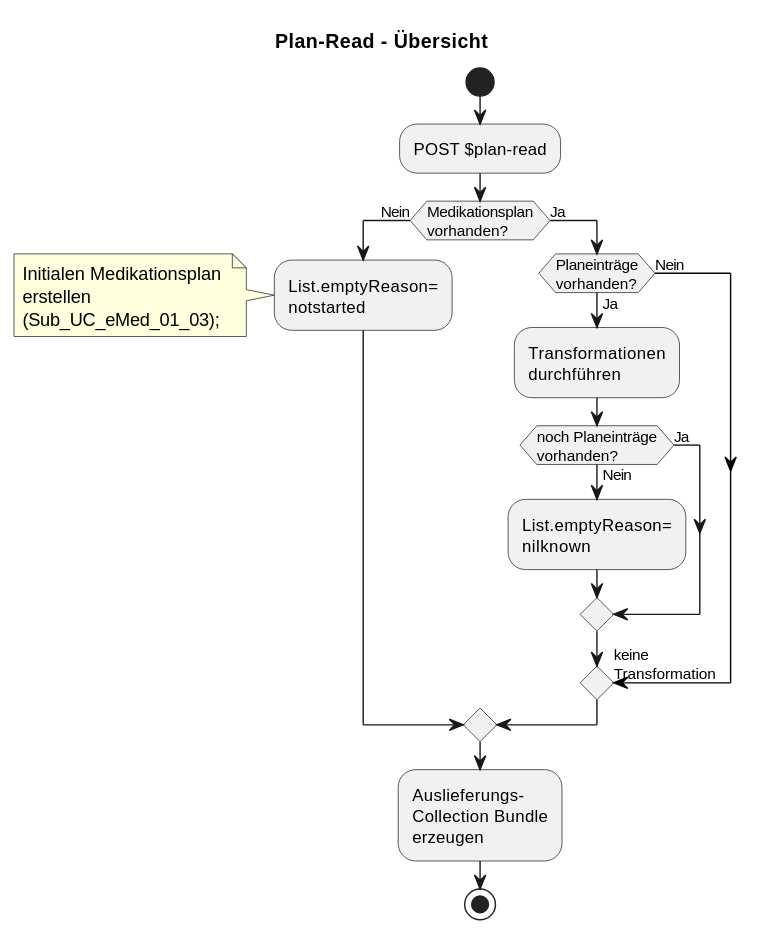
Before: input/images/plantuml/UC_eMed_01_01_plancheck.svg, a diagram exported from PlantUML (HL7Austria/ELGA-e-Medikation-R4).
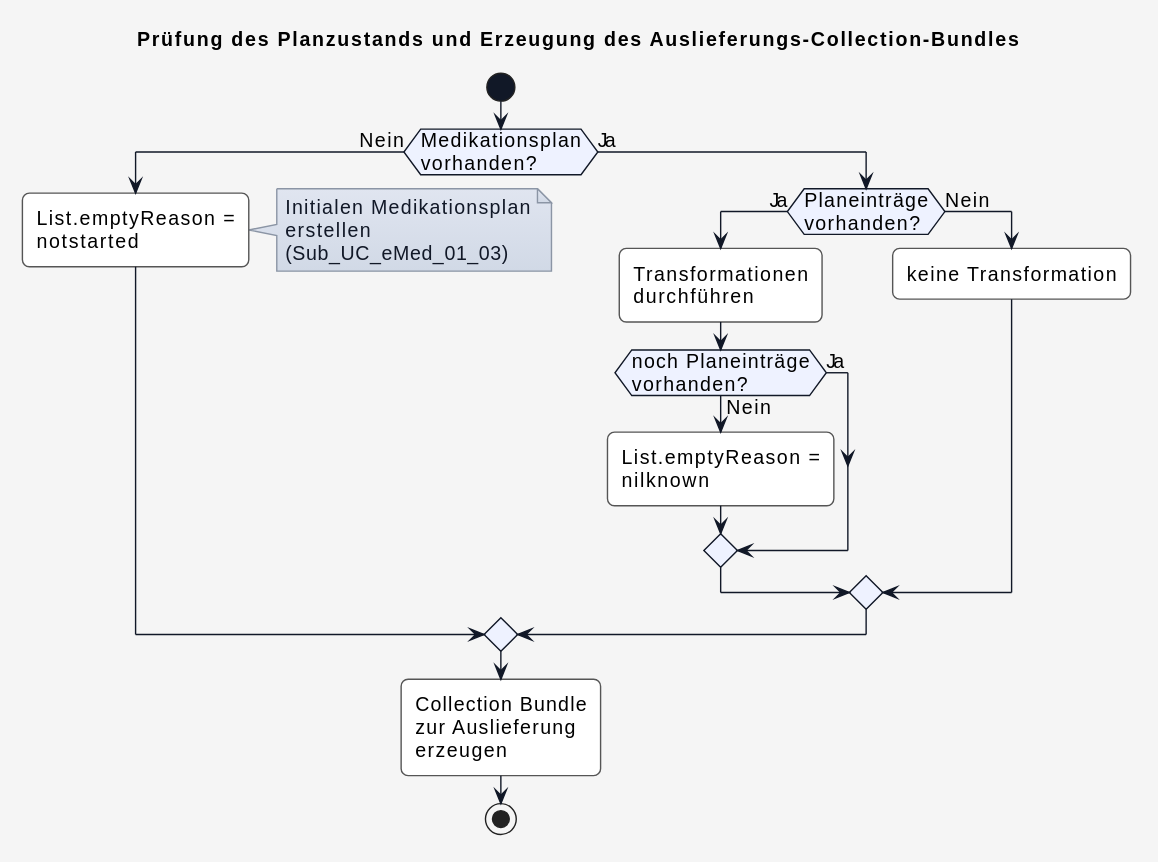
After the change.

What changed in the source:
```diff
@@ -1,17 +1,53 @@
 @startuml
-title Plan-Read - Übersicht
+title Prüfung des Planzustands und Erzeugung des Auslieferungs-Collection-Bundles
+
+skinparam borderColor #000000
+skinparam backgroundColor #f5f5f5
+skinparam shadowing false
+skinparam roundCorner 10
+skinparam defaultFontName "Arial"
+skinparam defaultFontSize 14
+skinparam defaultFontColor #000000
+skinparam HyperlinkColor #0000EE
+skinparam HyperlinkUnderline false
+skinparam BoxPadding 20
+skinparam BoxBorderColor #555555
+
+skinparam note {
+  BackgroundColor #e0e5f0-#d1d9e6
+  BorderColor #8b95a5
+  BorderThickness 1
+  RoundCorner 0
+  Padding 6
+  FontColor #111827
+  Shadowing false
+}
+
+skinparam activity {
+  BackgroundColor #ffffff
+  BorderColor #555555
+  BorderThickness 1
+  FontColor #000000
+  FontSize 14
+  DiamondBackgroundColor #eef2ff
+  DiamondBorderColor #111827
+  DiamondFontColor #000000
+  StartColor #111827
+  EndColor #111827
+  ArrowColor #111827
+  ArrowThickness 1
+}
 
 start
 
-:POST $plan-read;
-
 if (Medikationsplan\nvorhanden?) then (Nein)
 
-  :List.emptyReason=\nnotstarted;
-  note
-  Initialen Medikationsplan
-  erstellen
-  (Sub_UC_eMed_01_03);
+  :List.emptyReason =\nnotstarted;
+
+  note right
+    Initialen Medikationsplan
+    erstellen
+    (Sub_UC_eMed_01_03)
   end note
 
 else (Ja)
@@ -21,17 +57,22 @@
     :Transformationen\ndurchführen;
 
     if (noch Planeinträge\nvorhanden?) then (Ja)
+
     else (Nein)
-      :List.emptyReason=\nnilknown;
+
+      :List.emptyReason =\nnilknown;
+
     endif
 
   else (Nein)
-    -[#black]-> keine\nTransformation;
+
+    :keine Transformation;
+
   endif
 
 endif
 
-:Auslieferungs-\nCollection Bundle\nerzeugen;
+:Collection Bundle\nzur Auslieferung\nerzeugen;
 
 stop
 @enduml
```
